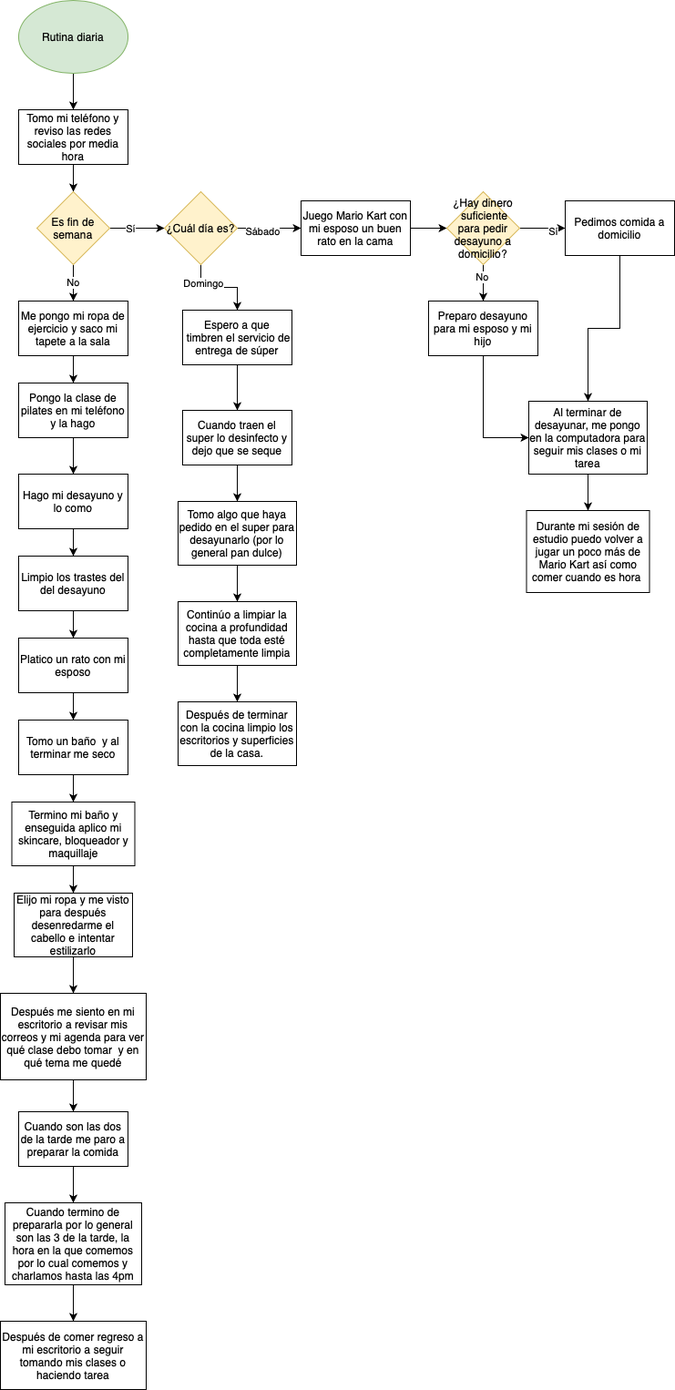
Earlier version of the draw.io export Rutina diaria.png (missphoneme/ejercicios-kodemia). Source tidied: cells renumbered, new cells last; positions are measured from the earlier drawing's top-left corner, leaving out a move shared by most shapes.
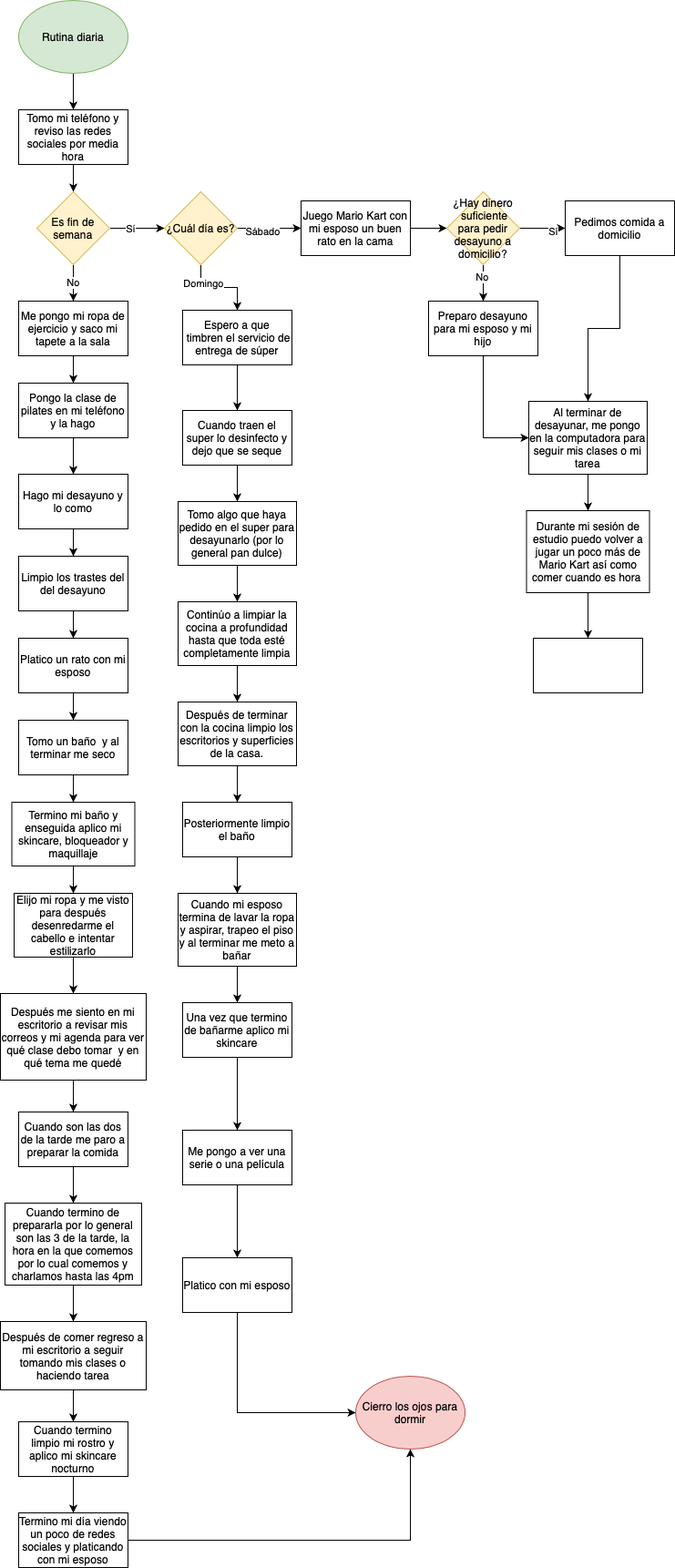
Later version of the same file.

Change to the diagram source:
```diff
@@ -146,6 +146,9 @@
     <mxCell id="49" value="Continúo a limpiar la cocina a profundidad hasta que toda esté completamente limpia" style="whiteSpace=wrap;html=1;rounded=0;" parent="1" vertex="1">
       <mxGeometry x="195" y="660" width="130" height="70" as="geometry" />
     </mxCell>
+    <mxCell id="61" style="edgeStyle=orthogonalEdgeStyle;rounded=0;jettySize=auto;html=1;" parent="1" edge="1" source="50" target="65">
+      <mxGeometry relative="1" as="geometry" />
+    </mxCell>
     <mxCell id="50" value="Después de terminar con la cocina limpio los escritorios y superficies de la casa." style="whiteSpace=wrap;html=1;rounded=0;" parent="1" vertex="1">
       <mxGeometry x="195" y="770" width="130" height="70" as="geometry" />
     </mxCell>
@@ -173,11 +176,69 @@
     <mxCell id="58" value="Cuando termino de prepararla por lo general son las 3 de la tarde, la hora en la que comemos por lo cual comemos y charlamos hasta las 4pm" style="whiteSpace=wrap;html=1;rounded=0;" parent="1" vertex="1">
       <mxGeometry x="5" y="1320" width="150" height="90" as="geometry" />
     </mxCell>
+    <mxCell id="62" style="edgeStyle=orthogonalEdgeStyle;rounded=0;jettySize=auto;html=1;" parent="1" edge="1" source="59" target="70">
+      <mxGeometry relative="1" as="geometry" />
+    </mxCell>
     <mxCell id="59" value="Después de comer regreso a mi escritorio a seguir tomando mis clases o haciendo tarea" style="whiteSpace=wrap;html=1;rounded=0;" parent="1" vertex="1">
       <mxGeometry y="1450" width="160" height="75" as="geometry" />
     </mxCell>
+    <mxCell id="63" style="edgeStyle=orthogonalEdgeStyle;rounded=0;jettySize=auto;html=1;" parent="1" edge="1" source="60" target="68">
+      <mxGeometry relative="1" as="geometry" />
+    </mxCell>
     <mxCell id="60" value="Durante mi sesión de estudio puedo volver a jugar un poco más de Mario Kart así como comer cuando es hora&amp;nbsp;" style="whiteSpace=wrap;html=1;rounded=0;" parent="1" vertex="1">
       <mxGeometry x="577.5" y="560" width="135" height="90" as="geometry" />
     </mxCell>
+    <mxCell id="64" style="edgeStyle=orthogonalEdgeStyle;rounded=0;jettySize=auto;html=1;" parent="1" edge="1" source="65" target="67">
+      <mxGeometry relative="1" as="geometry" />
+    </mxCell>
+    <mxCell id="65" value="Posteriormente limpio el baño" style="rounded=0;whiteSpace=wrap;html=1;" parent="1" vertex="1">
+      <mxGeometry x="200" y="880" width="120" height="60" as="geometry" />
+    </mxCell>
+    <mxCell id="66" style="edgeStyle=orthogonalEdgeStyle;rounded=0;jettySize=auto;html=1;" parent="1" edge="1" source="67" target="75">
+      <mxGeometry relative="1" as="geometry" />
+    </mxCell>
+    <mxCell id="67" value="Cuando mi esposo termina de lavar la ropa y aspirar, trapeo el piso y al terminar me meto a bañar" style="whiteSpace=wrap;html=1;rounded=0;" parent="1" vertex="1">
+      <mxGeometry x="195" y="980" width="130" height="80" as="geometry" />
+    </mxCell>
+    <mxCell id="68" style="whiteSpace=wrap;html=1;rounded=0;" parent="1" vertex="1">
+      <mxGeometry x="585" y="700" width="120" height="60" as="geometry" />
+    </mxCell>
+    <mxCell id="69" style="edgeStyle=orthogonalEdgeStyle;rounded=0;jettySize=auto;html=1;entryX=0.5;entryY=0;entryDx=0;entryDy=0;" parent="1" edge="1" source="70" target="72">
+      <mxGeometry relative="1" as="geometry" />
+    </mxCell>
+    <mxCell id="70" value="Cuando termino limpio mi rostro y aplico mi skincare nocturno" style="whiteSpace=wrap;html=1;rounded=0;" parent="1" vertex="1">
+      <mxGeometry x="20" y="1560" width="120" height="60" as="geometry" />
+    </mxCell>
+    <mxCell id="71" style="edgeStyle=orthogonalEdgeStyle;rounded=0;jettySize=auto;html=1;entryX=0.5;entryY=1;entryDx=0;entryDy=0;" parent="1" edge="1" source="72" target="73">
+      <mxGeometry relative="1" as="geometry" />
+    </mxCell>
+    <mxCell id="72" value="Termino mi día viendo un poco de redes sociales y platicando con mi esposo" style="rounded=0;whiteSpace=wrap;html=1;" parent="1" vertex="1">
+      <mxGeometry x="20" y="1660" width="120" height="60" as="geometry" />
+    </mxCell>
+    <mxCell id="73" value="Cierro los ojos para dormir" style="ellipse;whiteSpace=wrap;html=1;fillColor=#f8cecc;strokeColor=#b85450;" parent="1" vertex="1">
+      <mxGeometry x="390" y="1510" width="120" height="80" as="geometry" />
+    </mxCell>
+    <mxCell id="74" style="edgeStyle=orthogonalEdgeStyle;rounded=0;jettySize=auto;html=1;" parent="1" edge="1" source="75" target="77">
+      <mxGeometry relative="1" as="geometry" />
+    </mxCell>
+    <mxCell id="75" value="Una vez que termino de bañarme aplico mi skincare" style="whiteSpace=wrap;html=1;rounded=0;" parent="1" vertex="1">
+      <mxGeometry x="200" y="1100" width="120" height="60" as="geometry" />
+    </mxCell>
+    <mxCell id="76" style="edgeStyle=orthogonalEdgeStyle;rounded=0;jettySize=auto;html=1;" parent="1" edge="1" source="77" target="79">
+      <mxGeometry relative="1" as="geometry" />
+    </mxCell>
+    <mxCell id="77" value="Me pongo a ver una serie o una película" style="whiteSpace=wrap;html=1;rounded=0;" parent="1" vertex="1">
+      <mxGeometry x="200" y="1240" width="120" height="60" as="geometry" />
+    </mxCell>
+    <mxCell id="78" style="edgeStyle=orthogonalEdgeStyle;rounded=0;jettySize=auto;html=1;entryX=0;entryY=0.5;entryDx=0;entryDy=0;" parent="1" edge="1" source="79" target="73">
+      <mxGeometry relative="1" as="geometry">
+        <Array as="points">
+          <mxPoint x="260" y="1550" />
+        </Array>
+      </mxGeometry>
+    </mxCell>
+    <mxCell id="79" value="Platico con mi esposo" style="whiteSpace=wrap;html=1;rounded=0;" parent="1" vertex="1">
+      <mxGeometry x="200" y="1380" width="120" height="60" as="geometry" />
+    </mxCell>
   </root>
 </mxGraphModel>
```
